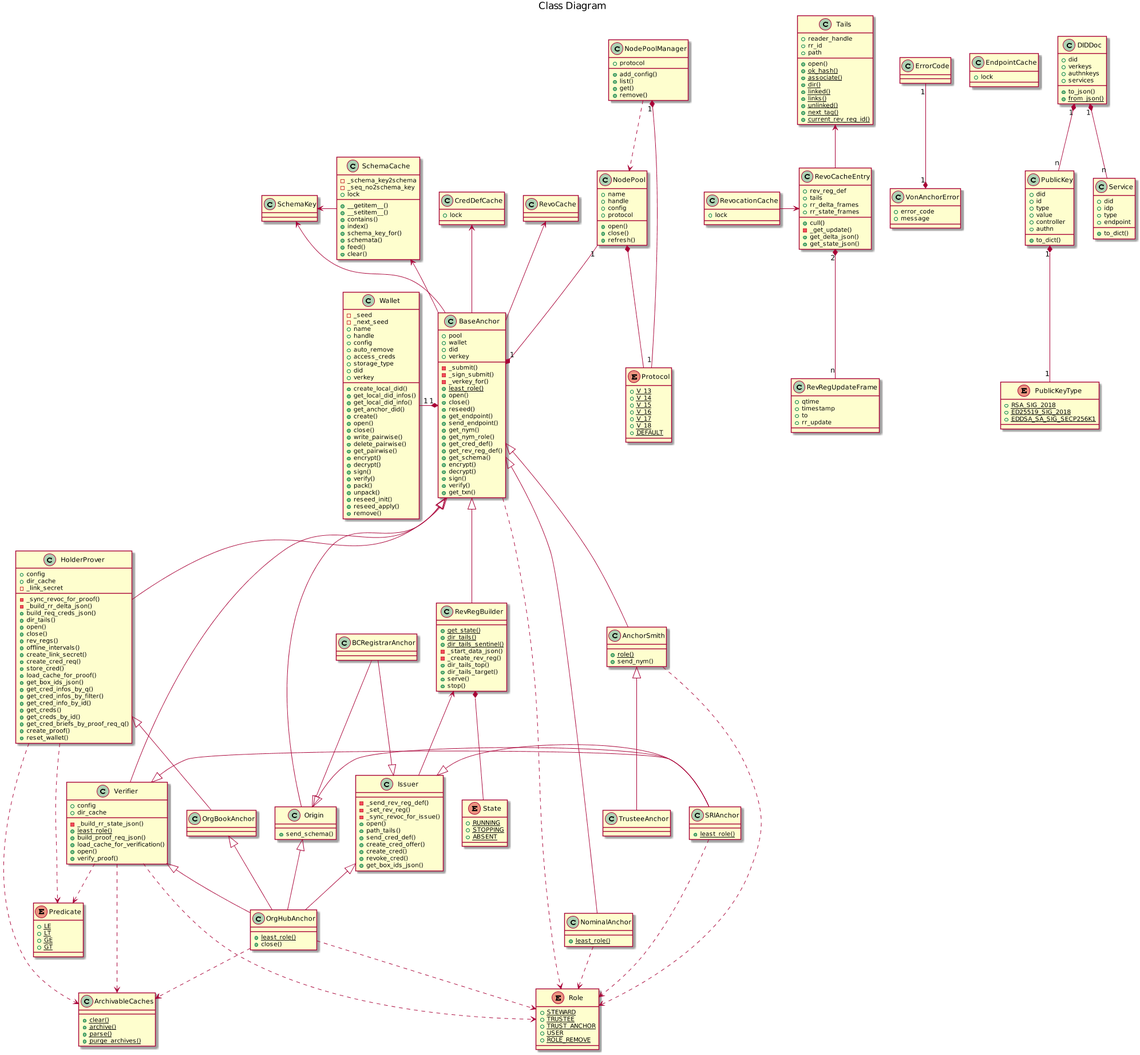
Before: docs/source/pic/class.png, a diagram exported from PlantUML (PSPC-SPAC-buyandsell/von_anchor).
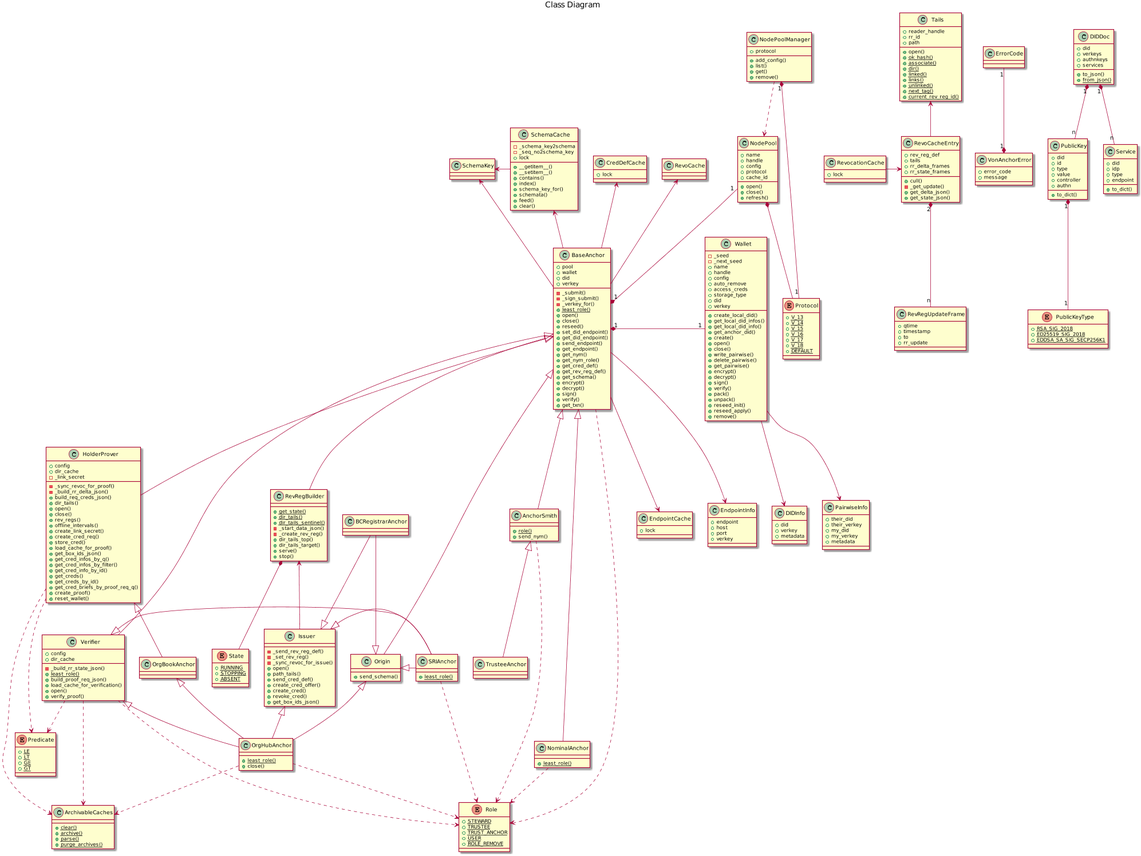
Later version of the same file.

What changed in the source:
```diff
@@ -113,6 +113,27 @@
     +remove()
 }
 
+class DIDInfo {
+    +did
+    +verkey
+    +metadata
+}
+
+class PairwiseInfo {
+    +their_did
+    +their_verkey
+    +my_did
+    +my_verkey
+    +metadata
+}
+
+class EndpointInfo {
+    +endpoint
+    +host
+    +port
+    +verkey
+}
+
 enum Protocol {
     {static} +V_13
     {static} +V_14
@@ -136,6 +157,7 @@
     +handle
     +config
     +protocol
+    +cache_id
     +open()
     +close()
     +refresh()
@@ -168,8 +190,10 @@
     +open()
     +close()
     +reseed()
+    +set_did_endpoint()
+    +get_did_endpoint()
+    +send_endpoint()
     +get_endpoint()
-    +send_endpoint()
     +get_nym()
     +get_nym_role()
     +get_cred_def()
@@ -333,7 +357,13 @@
 RevoCacheEntry "2" *-down- "n" RevRegUpdateFrame
 RevocationCache -> RevoCacheEntry
 
+Wallet --> DIDInfo
+Wallet --> PairwiseInfo
+
+BaseAnchor --> EndpointInfo
+
 BaseAnchor -up-> RevoCache
+BaseAnchor --> EndpointCache
 
 BaseAnchor -up-> CredDefCache
 BaseAnchor <|-down- AnchorSmith
```
